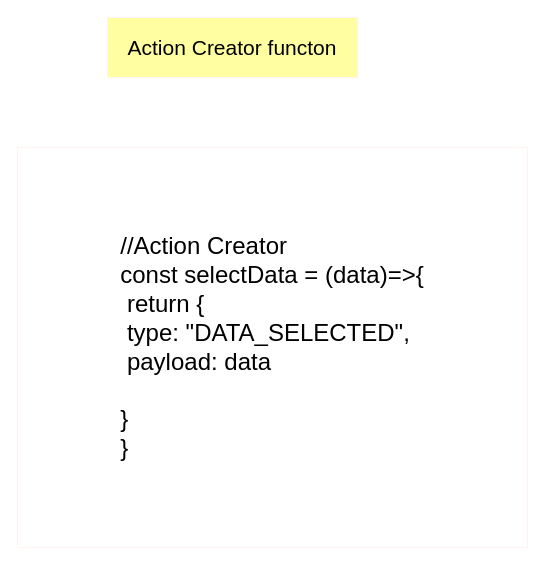
Before: page "Action Creator" (5 of 8) of Untitled Diagram.drawio in vipink28/anil, a draw.io diagram. Source tidied: cells renumbered, new cells numbered last; positions are measured from the earlier drawing's top-left corner, leaving out a move shared by most shapes. Both pictures are drawn from the tidied source at 100%, with x=0, y=0 at pixel (17, 17).
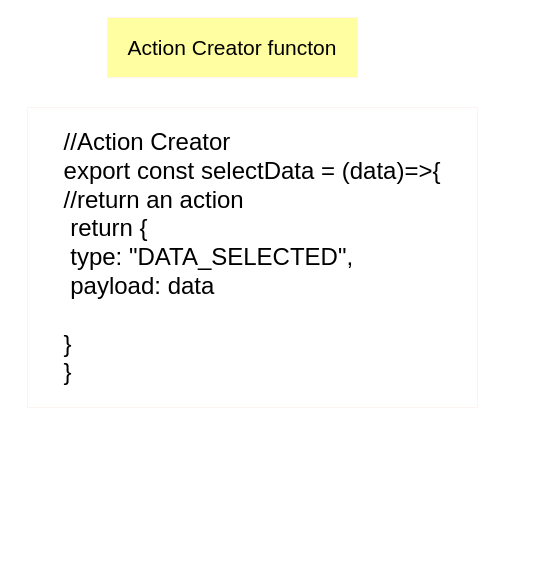
The same diagram, later.

What changed in the source:
```diff
@@
 <mxGraphModel>
   <root>
     <mxCell id="0" />
     <mxCell id="1" parent="0" />
     <mxCell id="2" value="Action Creator functon" style="whiteSpace=wrap;html=1;shadow=0;fontSize=21;strokeColor=#FFF3F2;fillColor=#FFFFA1;" parent="1" vertex="1">
       <mxGeometry x="90" width="250" height="60" as="geometry" />
     </mxCell>
-    <mxCell id="3" value="&lt;div style=&quot;text-align: left;&quot;&gt;&lt;span style=&quot;background-color: initial;&quot;&gt;&lt;font style=&quot;font-size: 24px;&quot;&gt;//Action Creator&lt;/font&gt;&lt;/span&gt;&lt;/div&gt;&lt;div style=&quot;text-align: left;&quot;&gt;&lt;span style=&quot;background-color: initial;&quot;&gt;&lt;font style=&quot;font-size: 24px;&quot;&gt;const selectData = (data)=&amp;gt;{&lt;/font&gt;&lt;/span&gt;&lt;/div&gt;&lt;div style=&quot;text-align: left;&quot;&gt;&lt;font style=&quot;font-size: 24px;&quot;&gt;&lt;span style=&quot;white-space: pre;&quot;&gt; &lt;/span&gt;return {&lt;/font&gt;&lt;/div&gt;&lt;div style=&quot;text-align: left;&quot;&gt;&lt;font style=&quot;font-size: 24px;&quot;&gt;&lt;span style=&quot;white-space: pre;&quot;&gt; &lt;/span&gt;type: &quot;DATA_SELECTED&quot;,&lt;/font&gt;&lt;/div&gt;&lt;div style=&quot;text-align: left;&quot;&gt;&lt;font style=&quot;font-size: 24px;&quot;&gt;&lt;span style=&quot;white-space: pre;&quot;&gt; &lt;/span&gt;payload: data&lt;/font&gt;&lt;/div&gt;&lt;div style=&quot;text-align: left;&quot;&gt;&lt;span style=&quot;white-space: pre;&quot;&gt;&lt;font style=&quot;font-size: 24px;&quot;&gt; &lt;span style=&quot;white-space: pre;&quot;&gt; &lt;/span&gt;&lt;/font&gt;&lt;/span&gt;&lt;/div&gt;&lt;div style=&quot;text-align: left;&quot;&gt;&lt;font style=&quot;font-size: 24px;&quot;&gt;}&lt;br&gt;&lt;/font&gt;&lt;/div&gt;&lt;div style=&quot;text-align: left;&quot;&gt;&lt;span style=&quot;background-color: initial;&quot;&gt;&lt;font style=&quot;font-size: 24px;&quot;&gt;}&lt;/font&gt;&lt;/span&gt;&lt;/div&gt;" style="whiteSpace=wrap;html=1;shadow=0;fontSize=21;strokeColor=#FFF3F2;fillColor=#FFFFFF;" parent="1" vertex="1">
-      <mxGeometry y="130" width="510" height="400" as="geometry" />
+    <mxCell id="3" value="&lt;div style=&quot;text-align: left;&quot;&gt;&lt;span style=&quot;background-color: initial;&quot;&gt;&lt;font style=&quot;font-size: 24px;&quot;&gt;//Action Creator&lt;/font&gt;&lt;/span&gt;&lt;/div&gt;&lt;div style=&quot;text-align: left;&quot;&gt;&lt;span style=&quot;background-color: initial;&quot;&gt;&lt;font style=&quot;font-size: 24px;&quot;&gt;export const selectData = (data)=&amp;gt;{&lt;/font&gt;&lt;/span&gt;&lt;/div&gt;&lt;div style=&quot;text-align: left;&quot;&gt;&lt;span style=&quot;background-color: initial;&quot;&gt;&lt;font style=&quot;font-size: 24px;&quot;&gt;//return an action&lt;/font&gt;&lt;/span&gt;&lt;/div&gt;&lt;div style=&quot;text-align: left;&quot;&gt;&lt;font style=&quot;font-size: 24px;&quot;&gt;&lt;span style=&quot;white-space: pre;&quot;&gt; &lt;/span&gt;return {&lt;/font&gt;&lt;/div&gt;&lt;div style=&quot;text-align: left;&quot;&gt;&lt;font style=&quot;font-size: 24px;&quot;&gt;&lt;span style=&quot;white-space: pre;&quot;&gt; &lt;/span&gt;type: &quot;DATA_SELECTED&quot;,&lt;/font&gt;&lt;/div&gt;&lt;div style=&quot;text-align: left;&quot;&gt;&lt;font style=&quot;font-size: 24px;&quot;&gt;&lt;span style=&quot;white-space: pre;&quot;&gt; &lt;/span&gt;payload: data&lt;/font&gt;&lt;/div&gt;&lt;div style=&quot;text-align: left;&quot;&gt;&lt;span style=&quot;white-space: pre;&quot;&gt;&lt;font style=&quot;font-size: 24px;&quot;&gt; &lt;span style=&quot;white-space: pre;&quot;&gt; &lt;/span&gt;&lt;/font&gt;&lt;/span&gt;&lt;/div&gt;&lt;div style=&quot;text-align: left;&quot;&gt;&lt;font style=&quot;font-size: 24px;&quot;&gt;}&lt;br&gt;&lt;/font&gt;&lt;/div&gt;&lt;div style=&quot;text-align: left;&quot;&gt;&lt;span style=&quot;background-color: initial;&quot;&gt;&lt;font style=&quot;font-size: 24px;&quot;&gt;}&lt;/font&gt;&lt;/span&gt;&lt;/div&gt;" style="whiteSpace=wrap;html=1;shadow=0;fontSize=21;strokeColor=#FFF3F2;fillColor=#FFFFFF;" parent="1" vertex="1">
+      <mxGeometry x="10" y="90" width="450" height="300" as="geometry" />
     </mxCell>
   </root>
 </mxGraphModel>
```
